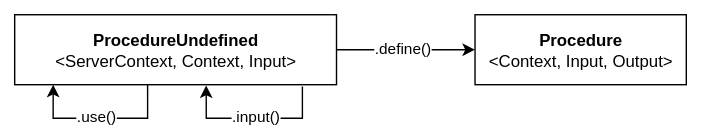
petrhdk/rpc keeps this draw.io diagram as docs/procedures.drawio.svg. Above is the earlier version. Source tidied: cells renumbered, new cells last; positions are measured from the earlier drawing's top-left corner, leaving out a move shared by most shapes. Its diagram source:
```xml
<mxGraphModel>
  <root>
    <mxCell id="0" />
    <mxCell id="1" parent="0" />
    <mxCell id="2" style="whiteSpace=wrap;html=1;strokeColor=none;" parent="1" vertex="1">
      <mxGeometry width="500" height="100" as="geometry" />
    </mxCell>
    <mxCell id="3" value="&lt;b&gt;Procedure&lt;/b&gt;&lt;br&gt;&amp;lt;Context, Input, Output&amp;gt;" style="html=1;whiteSpace=wrap;" parent="1" vertex="1">
      <mxGeometry x="339" y="10" width="151" height="50" as="geometry" />
    </mxCell>
    <mxCell id="4" style="edgeStyle=orthogonalEdgeStyle;rounded=0;jettySize=auto;html=1;exitX=1;exitY=0.5;exitDx=0;exitDy=0;entryX=0;entryY=0.5;entryDx=0;entryDy=0;" parent="1" edge="1" source="6" target="3">
      <mxGeometry relative="1" as="geometry" />
    </mxCell>
    <mxCell id="5" value=".define()" style="edgeLabel;html=1;align=center;verticalAlign=middle;" parent="4" vertex="1">
      <mxGeometry x="-0.06" y="-2" relative="1" as="geometry">
        <mxPoint y="-3" as="offset" />
      </mxGeometry>
    </mxCell>
    <mxCell id="6" value="&lt;b&gt;ProcedureUndefined&lt;/b&gt;&lt;br&gt;&amp;lt;ServerContext, Context, Input&amp;gt;" style="html=1;whiteSpace=wrap;" parent="1" vertex="1">
      <mxGeometry x="10" y="10" width="230" height="50" as="geometry" />
    </mxCell>
    <mxCell id="7" style="edgeStyle=orthogonalEdgeStyle;rounded=0;jettySize=auto;html=1;exitX=0.413;exitY=0.992;exitDx=0;exitDy=0;entryX=0.25;entryY=1;entryDx=0;entryDy=0;exitPerimeter=0;" parent="1" edge="1" source="6">
      <mxGeometry relative="1" as="geometry">
        <mxPoint x="37.5" y="60" as="targetPoint" />
        <Array as="points">
          <mxPoint x="105" y="84" />
          <mxPoint x="37" y="84" />
        </Array>
      </mxGeometry>
    </mxCell>
    <mxCell id="8" value=".use()" style="edgeLabel;html=1;align=center;verticalAlign=middle;" parent="7" vertex="1">
      <mxGeometry x="0.23" y="-1" relative="1" as="geometry">
        <mxPoint x="9" as="offset" />
      </mxGeometry>
    </mxCell>
    <mxCell id="9" style="edgeStyle=orthogonalEdgeStyle;rounded=0;orthogonalLoop=1;jettySize=auto;html=1;exitX=0.894;exitY=1.027;exitDx=0;exitDy=0;exitPerimeter=0;entryX=0.595;entryY=1.01;entryDx=0;entryDy=0;entryPerimeter=0;" parent="1" edge="1" source="6" target="6">
      <mxGeometry relative="1" as="geometry">
        <Array as="points">
          <mxPoint x="216" y="84" />
          <mxPoint x="147" y="84" />
        </Array>
      </mxGeometry>
    </mxCell>
    <mxCell id="10" value=".input()" style="edgeLabel;html=1;align=center;verticalAlign=middle;" parent="9" vertex="1">
      <mxGeometry x="0.12" y="1" relative="1" as="geometry">
        <mxPoint x="7" y="-2" as="offset" />
      </mxGeometry>
    </mxCell>
  </root>
</mxGraphModel>
```
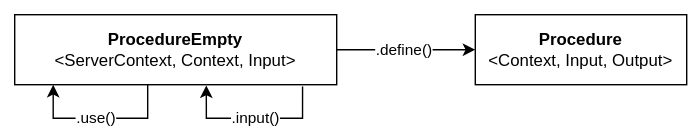
After the change.

Commit message:
refactor: rename `ProcedureUndefined` to `ProcedureEmpty`

The edit, as a diff of the source:
```diff
@@ -16,7 +16,7 @@
         <mxPoint y="-3" as="offset" />
       </mxGeometry>
     </mxCell>
-    <mxCell id="6" value="&lt;b&gt;ProcedureUndefined&lt;/b&gt;&lt;br&gt;&amp;lt;ServerContext, Context, Input&amp;gt;" style="html=1;whiteSpace=wrap;" parent="1" vertex="1">
+    <mxCell id="6" value="&lt;b&gt;ProcedureEmpty&lt;/b&gt;&lt;br&gt;&amp;lt;ServerContext, Context, Input&amp;gt;" style="html=1;whiteSpace=wrap;" parent="1" vertex="1">
       <mxGeometry x="10" y="10" width="230" height="50" as="geometry" />
     </mxCell>
     <mxCell id="7" style="edgeStyle=orthogonalEdgeStyle;rounded=0;jettySize=auto;html=1;exitX=0.413;exitY=0.992;exitDx=0;exitDy=0;entryX=0.25;entryY=1;entryDx=0;entryDy=0;exitPerimeter=0;" parent="1" edge="1" source="6">
```
